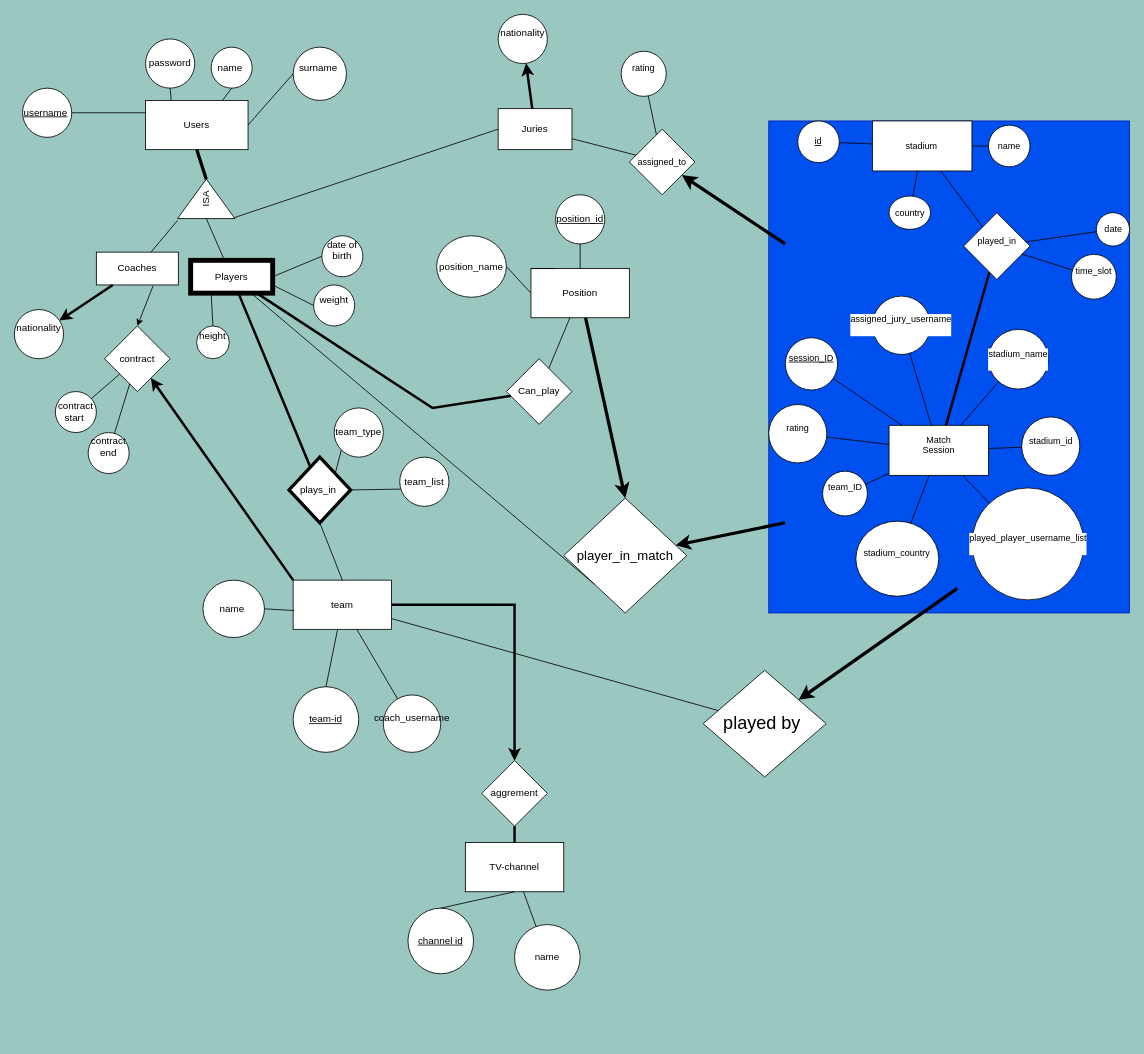
Earlier version of the draw.io diagram Untitled Diagram.drawio (iremnuy/ER_model). Source tidied: cells renumbered, new cells numbered last; positions are measured from the earlier drawing's top-left corner, leaving out a move shared by most shapes. Both pictures are drawn from the tidied source at 82%, with x=0, y=0 at pixel (14, 14).
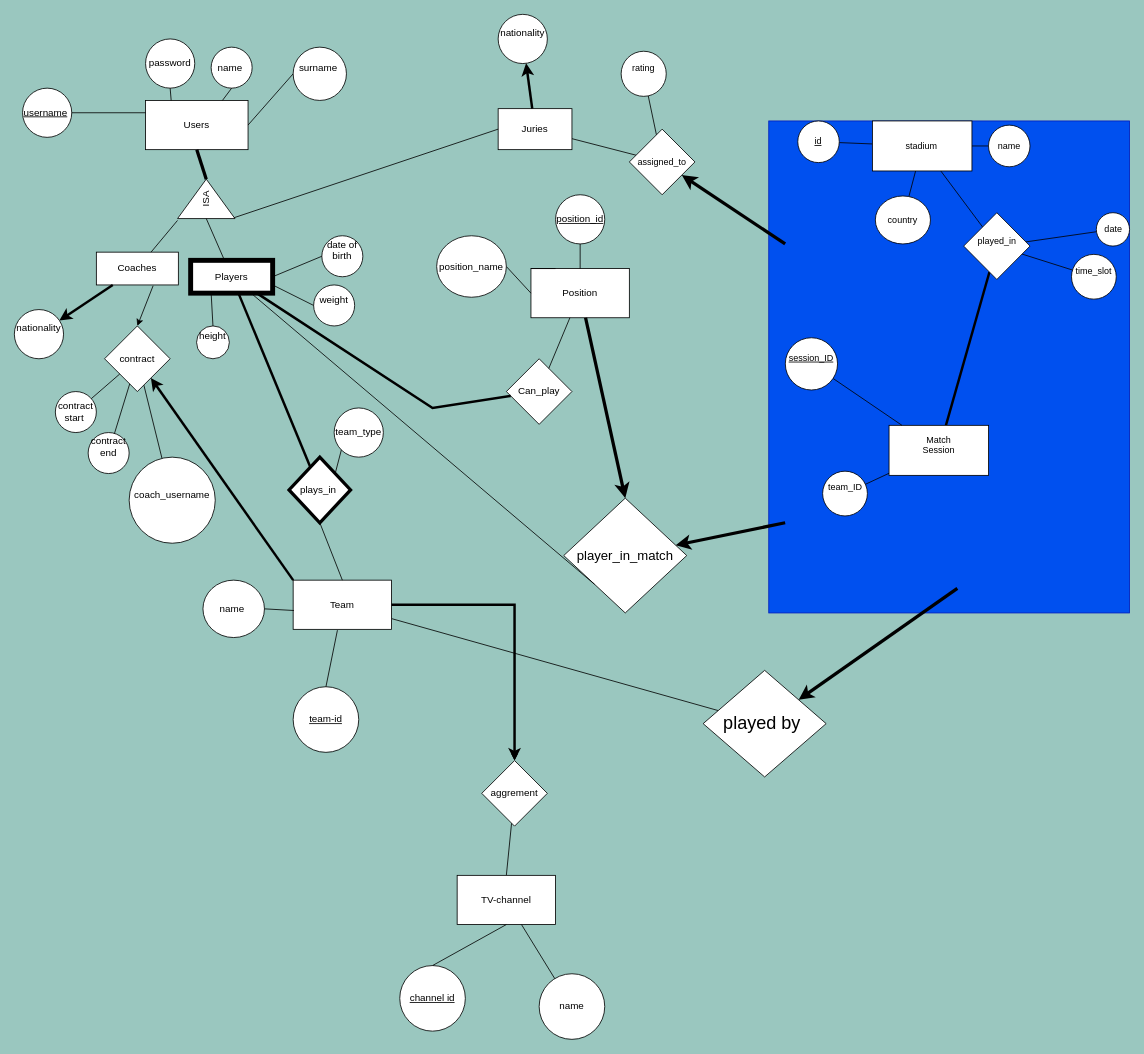
After the change.

Unchanged cells that the change refers to:
```xml
<mxCell id="29" value="aggrement" style="rhombus;whiteSpace=wrap;html=1;rounded=0;" parent="1" vertex="1">
  <mxGeometry x="570" y="910" width="80" height="80" as="geometry" />
</mxCell>
<mxCell id="33" value="plays_in&amp;nbsp;" style="rhombus;whiteSpace=wrap;html=1;strokeWidth=4;" parent="1" vertex="1">
  <mxGeometry x="335" y="540" width="75" height="80" as="geometry" />
</mxCell>
<mxCell id="36" value="contract" style="rhombus;whiteSpace=wrap;html=1;" parent="1" vertex="1">
  <mxGeometry x="110" y="380" width="80" height="80" as="geometry" />
</mxCell>
<mxCell id="74" style="group;fillColor=#0050ef;strokeColor=#001DBC;fontColor=#ffffff;" parent="1" vertex="1">
  <mxGeometry x="920" y="130" width="440" height="600" as="geometry" />
</mxCell>
<mxCell id="81" value="Match&lt;div&gt;Session&lt;/div&gt;&lt;div&gt;&lt;br&gt;&lt;/div&gt;" style="rounded=0;whiteSpace=wrap;html=1;fontFamily=Helvetica;fontSize=11;fontColor=default;labelBackgroundColor=default;" parent="74" vertex="1">
  <mxGeometry x="146.7" y="371.2" width="121.4" height="61" as="geometry" />
</mxCell>
```

The edit, as a diff of the source:
```diff
@@
-    <mxCell id="24" value="team" style="rounded=0;whiteSpace=wrap;html=1;" parent="1" vertex="1">
+    <mxCell id="24" value="Team" style="rounded=0;whiteSpace=wrap;html=1;" parent="1" vertex="1">
       <mxGeometry x="340" y="690" width="120" height="60" as="geometry" />
     </mxCell>
@@
-    <mxCell id="28" style="edgeStyle=none;rounded=0;jettySize=auto;html=1;strokeColor=default;align=center;verticalAlign=middle;fontFamily=Helvetica;fontSize=11;fontColor=default;labelBackgroundColor=default;endArrow=none;strokeWidth=3;" parent="1" edge="1" source="29" target="30">
+    <mxCell id="28" style="edgeStyle=none;rounded=0;jettySize=auto;html=1;entryX=0.5;entryY=0;entryDx=0;entryDy=0;strokeColor=default;align=center;verticalAlign=middle;fontFamily=Helvetica;fontSize=11;fontColor=default;labelBackgroundColor=default;endArrow=none;" parent="1" edge="1" source="29" target="30">
       <mxGeometry relative="1" as="geometry" />
     </mxCell>
@@
     <mxCell id="30" value="TV-channel" style="whiteSpace=wrap;html=1;rounded=0;" parent="1" vertex="1">
-      <mxGeometry x="550" y="1010" width="120" height="60" as="geometry" />
+      <mxGeometry x="540" y="1050" width="120" height="60" as="geometry" />
     </mxCell>
     <mxCell id="31" value="&lt;u&gt;channel id&lt;/u&gt;" style="ellipse;whiteSpace=wrap;html=1;rounded=0;" parent="1" vertex="1">
-      <mxGeometry x="480" y="1090" width="80" height="80" as="geometry" />
+      <mxGeometry x="470" y="1160" width="80" height="80" as="geometry" />
     </mxCell>
     <mxCell id="32" value="name" style="ellipse;whiteSpace=wrap;html=1;rounded=0;" parent="1" vertex="1">
-      <mxGeometry x="610" y="1110" width="80" height="80" as="geometry" />
+      <mxGeometry x="640" y="1170" width="80" height="80" as="geometry" />
     </mxCell>
@@
+    <mxCell id="112" style="edgeStyle=none;rounded=0;jettySize=auto;html=1;strokeColor=default;align=center;verticalAlign=middle;fontFamily=Helvetica;fontSize=11;fontColor=default;labelBackgroundColor=default;endArrow=none;" parent="1" edge="1" source="36" target="68">
+      <mxGeometry relative="1" as="geometry" />
+    </mxCell>
@@
-    <mxCell id="62" value="team_list" style="ellipse;whiteSpace=wrap;html=1;" parent="1" vertex="1">
-      <mxGeometry x="470" y="540" width="60" height="60" as="geometry" />
-    </mxCell>
-    <mxCell id="63" style="endArrow=none;html=1;rounded=0;exitX=1;exitY=0.5;exitDx=0;exitDy=0;entryX=0.017;entryY=0.65;entryDx=0;entryDy=0;entryPerimeter=0;" parent="1" edge="1" source="33" target="62">
-      <mxGeometry relative="1" as="geometry" />
-    </mxCell>
@@
-    <mxCell id="67" style="endArrow=none;html=1;rounded=0;" parent="1" edge="1" source="68" target="24">
-      <mxGeometry relative="1" as="geometry" />
-    </mxCell>
-    <mxCell id="68" value="coach_username&lt;div&gt;&lt;br&gt;&lt;/div&gt;" style="ellipse;whiteSpace=wrap;html=1;" parent="1" vertex="1">
-      <mxGeometry x="450" y="830" width="70" height="70" as="geometry" />
-    </mxCell>
@@
-    <mxCell id="75" style="edgeStyle=none;rounded=0;jettySize=auto;html=1;strokeColor=default;align=center;verticalAlign=middle;fontFamily=Helvetica;fontSize=11;fontColor=default;labelBackgroundColor=default;endArrow=none;" parent="74" edge="1" source="81" target="82">
-      <mxGeometry relative="1" as="geometry" />
-    </mxCell>
-    <mxCell id="76" style="edgeStyle=none;rounded=0;jettySize=auto;html=1;strokeColor=default;align=center;verticalAlign=middle;fontFamily=Helvetica;fontSize=11;fontColor=default;labelBackgroundColor=default;endArrow=none;" parent="74" edge="1" source="81" target="83">
-      <mxGeometry relative="1" as="geometry" />
-    </mxCell>
-    <mxCell id="77" style="edgeStyle=none;rounded=0;jettySize=auto;html=1;strokeColor=default;align=center;verticalAlign=middle;fontFamily=Helvetica;fontSize=11;fontColor=default;labelBackgroundColor=default;endArrow=none;" parent="74" edge="1" source="81" target="84">
-      <mxGeometry relative="1" as="geometry" />
-    </mxCell>
-    <mxCell id="78" style="edgeStyle=none;rounded=0;jettySize=auto;html=1;strokeColor=default;align=center;verticalAlign=middle;fontFamily=Helvetica;fontSize=11;fontColor=default;labelBackgroundColor=default;endArrow=none;" parent="74" edge="1" source="81" target="85">
-      <mxGeometry relative="1" as="geometry" />
-    </mxCell>
-    <mxCell id="79" style="edgeStyle=none;rounded=0;jettySize=auto;html=1;strokeColor=default;align=center;verticalAlign=middle;fontFamily=Helvetica;fontSize=11;fontColor=default;labelBackgroundColor=default;endArrow=none;" parent="74" edge="1" source="81" target="92">
-      <mxGeometry relative="1" as="geometry" />
-    </mxCell>
@@
-    <mxCell id="82" value="stadium_country&lt;div&gt;&lt;br&gt;&lt;/div&gt;" style="ellipse;whiteSpace=wrap;html=1;fontSize=11;rounded=0;labelBackgroundColor=default;" parent="74" vertex="1">
-      <mxGeometry x="106.2" y="488.1" width="101.1" height="91.5" as="geometry" />
-    </mxCell>
-    <mxCell id="83" value="stadium_id&lt;div&gt;&lt;br&gt;&lt;/div&gt;" style="ellipse;whiteSpace=wrap;html=1;fontSize=11;rounded=0;labelBackgroundColor=default;" parent="74" vertex="1">
-      <mxGeometry x="308.5" y="361" width="70.8" height="71.2" as="geometry" />
-    </mxCell>
-    <mxCell id="84" value="assigned_jury_username&lt;div&gt;&lt;br&gt;&lt;/div&gt;" style="ellipse;whiteSpace=wrap;html=1;fontSize=11;rounded=0;labelBackgroundColor=default;" parent="74" vertex="1">
-      <mxGeometry x="126.4" y="213.6" width="70.8" height="71.2" as="geometry" />
-    </mxCell>
-    <mxCell id="85" value="rating&lt;div&gt;&lt;br&gt;&lt;/div&gt;" style="ellipse;whiteSpace=wrap;html=1;fontSize=11;rounded=0;labelBackgroundColor=default;" parent="74" vertex="1">
-      <mxGeometry y="345.8" width="70.8" height="71.2" as="geometry" />
-    </mxCell>
-    <mxCell id="86" style="edgeStyle=none;rounded=0;jettySize=auto;html=1;strokeColor=default;align=center;verticalAlign=middle;fontFamily=Helvetica;fontSize=11;fontColor=default;labelBackgroundColor=default;endArrow=none;" parent="74" edge="1" source="87" target="81">
-      <mxGeometry relative="1" as="geometry" />
-    </mxCell>
-    <mxCell id="87" value="played_player_username_list&lt;div&gt;&lt;br&gt;&lt;/div&gt;" style="ellipse;whiteSpace=wrap;html=1;fontFamily=Helvetica;fontSize=11;fontColor=default;labelBackgroundColor=default;" parent="74" vertex="1">
-      <mxGeometry x="247.8" y="447.5" width="136.6" height="136.6" as="geometry" />
-    </mxCell>
@@
-    <mxCell id="92" value="stadium_name&lt;div&gt;&lt;br&gt;&lt;/div&gt;" style="ellipse;whiteSpace=wrap;html=1;fontFamily=Helvetica;fontSize=11;fontColor=default;labelBackgroundColor=default;" parent="74" vertex="1">
-      <mxGeometry x="268" y="254.2" width="72.8" height="72.8" as="geometry" />
-    </mxCell>
@@
     <mxCell id="103" value="country" style="ellipse;whiteSpace=wrap;html=1;fontSize=11;rounded=0;labelBackgroundColor=default;" parent="74" vertex="1">
-      <mxGeometry x="146.7" y="91.5" width="50.6" height="40.7" as="geometry" />
+      <mxGeometry x="130" y="91.5" width="67.2" height="58.5" as="geometry" />
     </mxCell>
@@
+    <mxCell id="68" value="coach_username&lt;div&gt;&lt;br&gt;&lt;/div&gt;" style="ellipse;whiteSpace=wrap;html=1;" parent="1" vertex="1">
+      <mxGeometry x="140" y="540" width="105" height="105" as="geometry" />
+    </mxCell>
```
